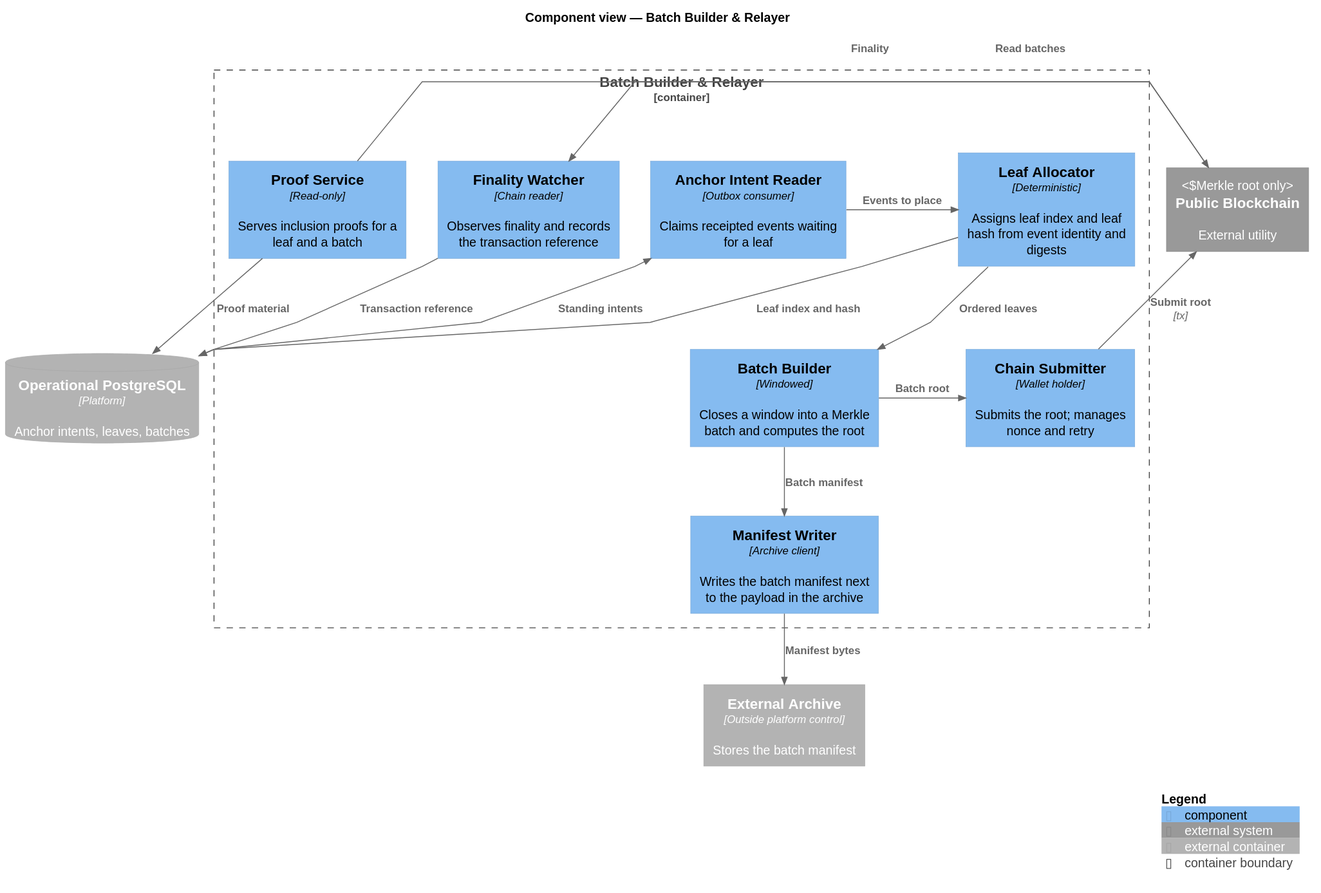
Before: docs/public/diagrams/relayer-component.svg, a diagram exported from PlantUML (kuangshen04/48433assignment).
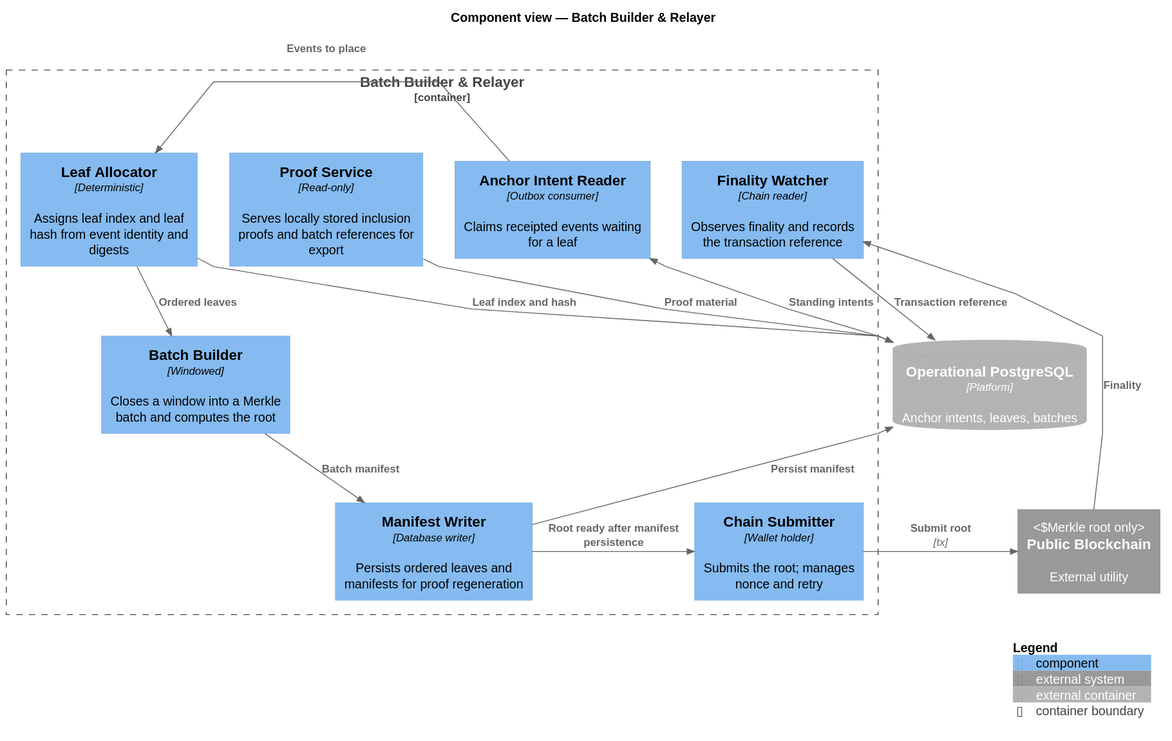
After the change.

What changed in the source:
```diff
@@ -10,25 +10,23 @@
   Component(builder, "Batch Builder", "Windowed", "Closes a window into a Merkle batch and computes the root")
   Component(submitter, "Chain Submitter", "Wallet holder", "Submits the root; manages nonce and retry")
   Component(watcher, "Finality Watcher", "Chain reader", "Observes finality and records the transaction reference")
-  Component(proofs, "Proof Service", "Read-only", "Serves inclusion proofs for a leaf and a batch")
-  Component(manifest, "Manifest Writer", "Archive client", "Writes the batch manifest next to the payload in the archive")
+  Component(proofs, "Proof Service", "Read-only", "Serves locally stored inclusion proofs and batch references for export")
+  Component(manifest, "Manifest Writer", "Database writer", "Persists ordered leaves and manifests for proof regeneration")
 }
 
 ContainerDb_Ext(db, "Operational PostgreSQL", "Platform", "Anchor intents, leaves, batches")
-Container_Ext(archive, "External Archive", "Outside platform control", "Stores the batch manifest")
 System_Ext(chain, "Public Blockchain", "External utility", "Merkle root only")
 
 Rel_Right(db, intents, "Standing intents")
 Rel_Right(intents, alloc, "Events to place")
 Rel_Down(alloc, db, "Leaf index and hash")
 Rel_Down(alloc, builder, "Ordered leaves")
-Rel_Right(builder, submitter, "Batch root")
+Rel_Right(manifest, submitter, "Root ready after manifest persistence")
 Rel_Down(builder, manifest, "Batch manifest")
-Rel_Down(manifest, archive, "Manifest bytes")
+Rel_Down(manifest, db, "Persist manifest")
 Rel_Right(submitter, chain, "Submit root", "tx")
 Rel_Down(chain, watcher, "Finality")
 Rel_Down(watcher, db, "Transaction reference")
-Rel_Right(proofs, chain, "Read batches")
 Rel_Down(proofs, db, "Proof material")
 
 SHOW_LEGEND()
```
